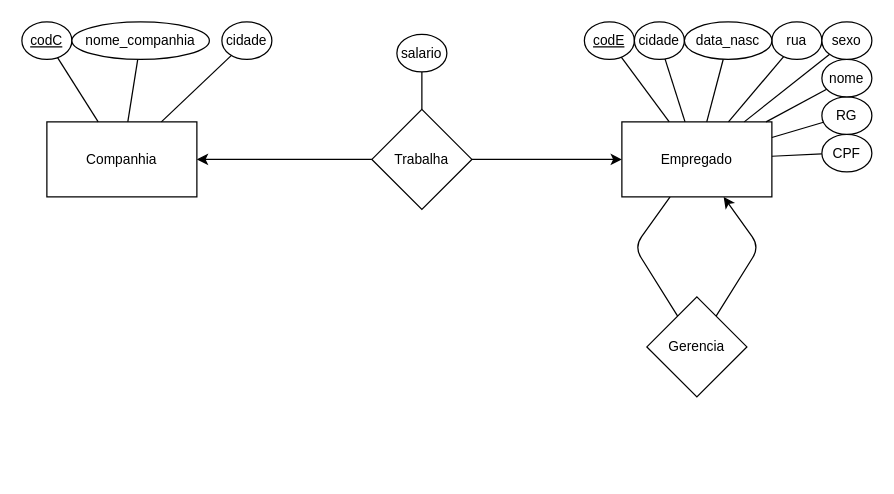
Before: page "DER" (2 of 2) of 4semana/Resposta_Oficina_2_p1.drawio in JoaoPedroMDP/BD2, a draw.io diagram. Source tidied: cells renumbered, new cells numbered last; positions are measured from the earlier drawing's top-left corner, leaving out a move shared by most shapes. Both pictures are drawn from the tidied source at 125%, with x=0, y=0 at pixel (21, 21).
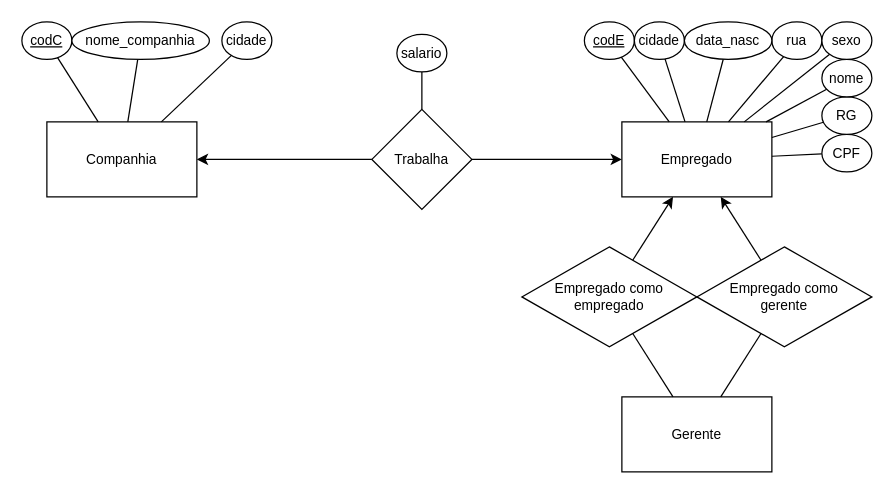
Above is the later version.

Unchanged cells that the change refers to:
```xml
<mxCell id="8" value="Empregado" style="rounded=0;whiteSpace=wrap;html=1;fontFamily=Helvetica;fontSize=11;fontColor=default;" parent="1" vertex="1">
  <mxGeometry x="480" y="80" width="120" height="60" as="geometry" />
</mxCell>
```

Change to the diagram source:
```diff
@@
-    <mxCell id="7" style="edgeStyle=none;shape=connector;rounded=1;html=1;labelBackgroundColor=default;strokeColor=default;fontFamily=Helvetica;fontSize=11;fontColor=default;endArrow=none;endFill=0;startArrow=none;startFill=0;" parent="1" edge="1" source="8" target="10">
-      <mxGeometry relative="1" as="geometry">
-        <Array as="points">
-          <mxPoint x="490" y="180" />
-        </Array>
-      </mxGeometry>
-    </mxCell>
+    <mxCell id="34" style="edgeStyle=none;html=1;endArrow=none;endFill=0;startArrow=classic;startFill=1;" parent="1" edge="1" source="8" target="36">
+      <mxGeometry relative="1" as="geometry" />
+    </mxCell>
@@
-    <mxCell id="9" style="edgeStyle=none;shape=connector;rounded=1;html=1;labelBackgroundColor=default;strokeColor=default;fontFamily=Helvetica;fontSize=11;fontColor=default;startArrow=none;startFill=0;endArrow=classic;endFill=1;" parent="1" edge="1" source="10" target="8">
-      <mxGeometry relative="1" as="geometry">
-        <Array as="points">
-          <mxPoint x="590" y="180" />
-        </Array>
-      </mxGeometry>
-    </mxCell>
-    <mxCell id="10" value="Gerencia" style="rhombus;whiteSpace=wrap;html=1;fontFamily=Helvetica;fontSize=11;fontColor=default;" parent="1" vertex="1">
-      <mxGeometry x="500" y="220" width="80" height="80" as="geometry" />
+    <mxCell id="10" value="Empregado como&lt;br&gt;gerente" style="rhombus;whiteSpace=wrap;html=1;fontFamily=Helvetica;fontSize=11;fontColor=default;" parent="1" vertex="1">
+      <mxGeometry x="540" y="180" width="140" height="80" as="geometry" />
     </mxCell>
@@
+    <mxCell id="35" value="Gerente" style="rounded=0;whiteSpace=wrap;html=1;fontFamily=Helvetica;fontSize=11;fontColor=default;" parent="1" vertex="1">
+      <mxGeometry x="480" y="300" width="120" height="60" as="geometry" />
+    </mxCell>
+    <mxCell id="36" value="Empregado como empregado" style="rhombus;whiteSpace=wrap;html=1;fontFamily=Helvetica;fontSize=11;fontColor=default;" parent="1" vertex="1">
+      <mxGeometry x="400" y="180" width="140" height="80" as="geometry" />
+    </mxCell>
+    <mxCell id="7" style="edgeStyle=none;html=1;endArrow=none;endFill=0;startArrow=classic;startFill=1;" parent="1" edge="1" source="8" target="10">
+      <mxGeometry relative="1" as="geometry" />
+    </mxCell>
+    <mxCell id="37" style="edgeStyle=none;html=1;endArrow=none;endFill=0;" parent="1" edge="1" source="36" target="35">
+      <mxGeometry relative="1" as="geometry" />
+    </mxCell>
+    <mxCell id="38" style="edgeStyle=none;html=1;endArrow=none;endFill=0;" parent="1" edge="1" source="10" target="35">
+      <mxGeometry relative="1" as="geometry" />
+    </mxCell>
```
